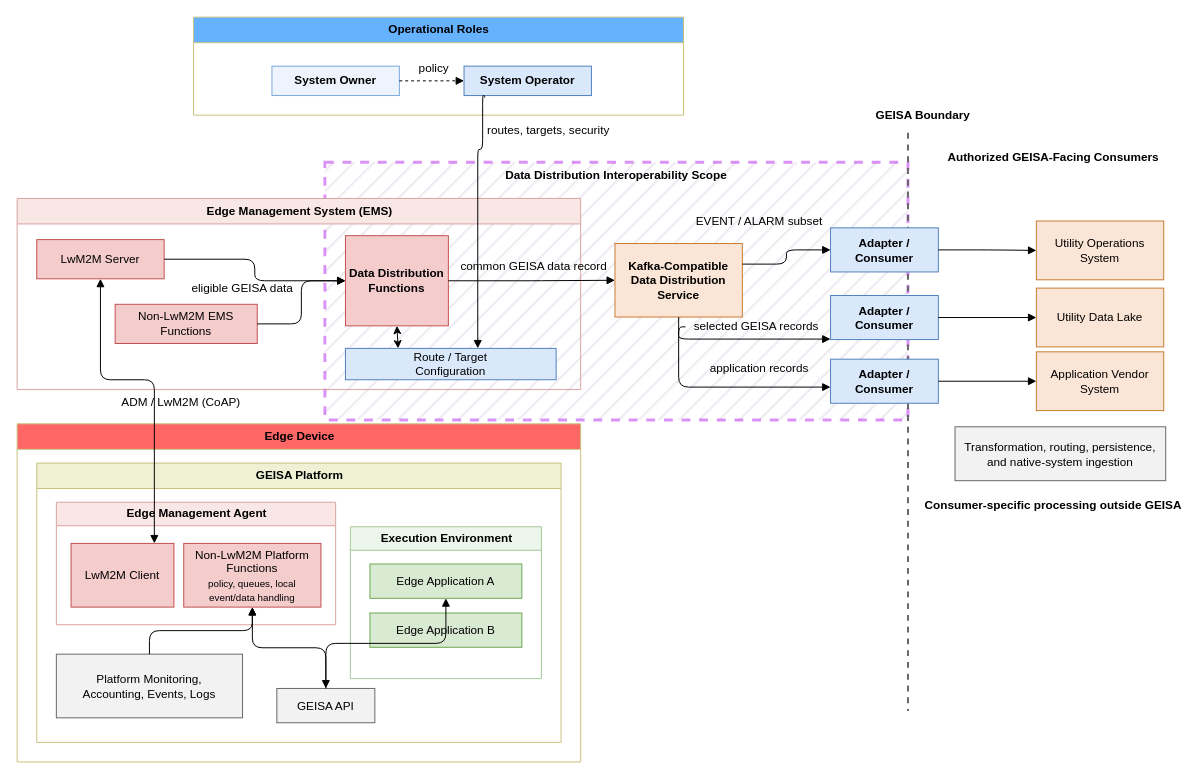
Before: source/adm/data-distribution-highlevel.drawio in geisa/specification, a draw.io diagram. Source tidied: cells renumbered, new cells numbered last; positions are measured from the earlier drawing's top-left corner, leaving out a move shared by most shapes. Both pictures are drawn from the tidied source at 98%, with x=0, y=0 at pixel (17, 17).
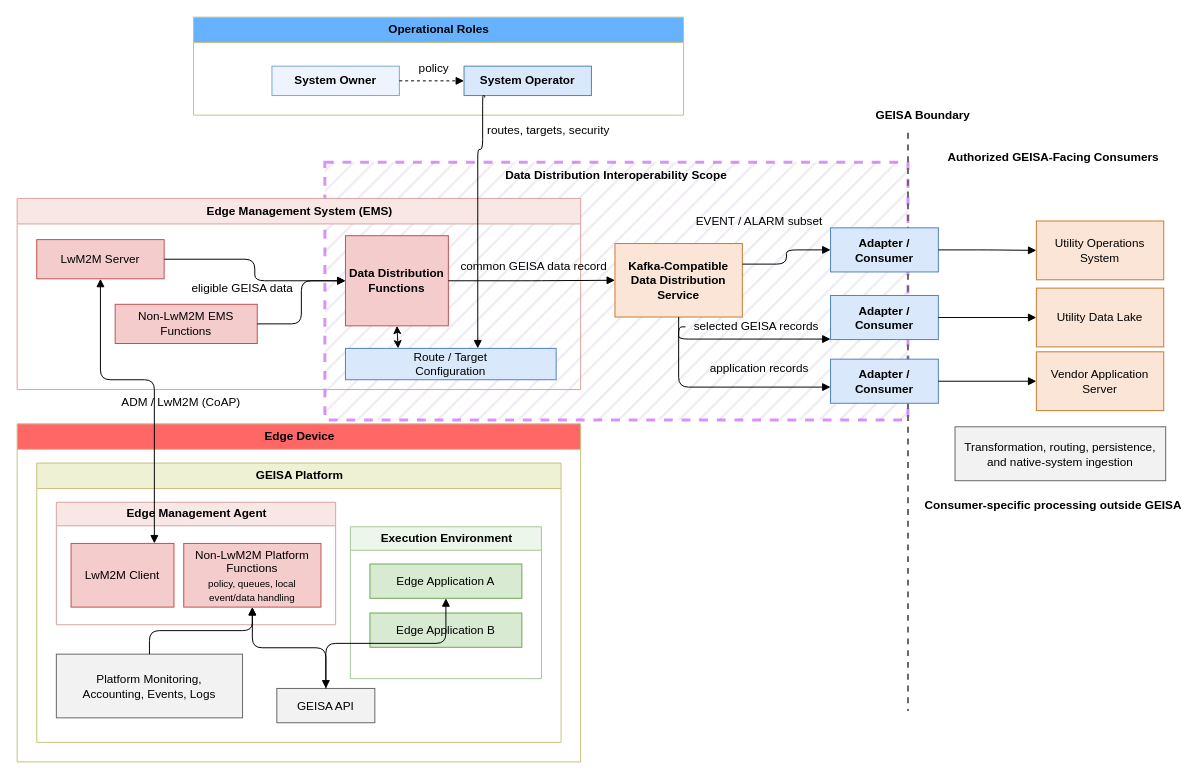
After the change.

Change to the diagram source:
```diff
@@
-    <mxCell id="26" value="Application Vendor&lt;br&gt;System" style="rounded=0;whiteSpace=wrap;html=1;fillColor=#fbe5d6;strokeColor=#c77b30;" parent="1" vertex="1">
+    <mxCell id="26" value="Vendor Application&lt;br&gt;Server" style="rounded=0;whiteSpace=wrap;html=1;fillColor=#fbe5d6;strokeColor=#c77b30;" parent="1" vertex="1">
       <mxGeometry x="1040" y="341.5" width="130" height="60" as="geometry" />
     </mxCell>
```
